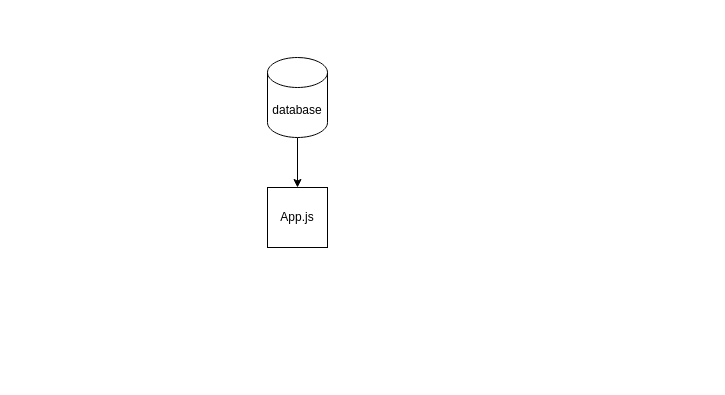
Earlier version of the draw.io diagram ComponentsBreakableToy.drawio (SalimAkram/breakable-toyv1). Source tidied: cells renumbered, new cells numbered last; positions are measured from the earlier drawing's top-left corner, leaving out a move shared by most shapes. Both pictures are drawn from the tidied source at 100%, with x=0, y=0 at pixel (267, 57).
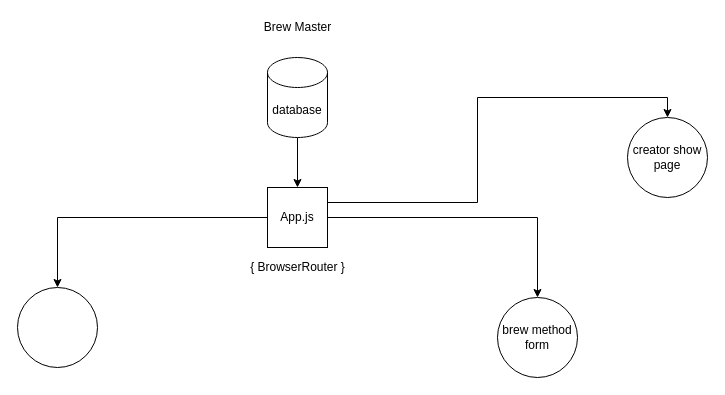
The same diagram, later.

What changed in the source:
```diff
@@
 <mxGraphModel>
   <root>
     <mxCell id="0" />
     <mxCell id="1" parent="0" />
     <mxCell id="2" style="edgeStyle=orthogonalEdgeStyle;rounded=0;jettySize=auto;html=1;exitX=0.5;exitY=1;exitDx=0;exitDy=0;exitPerimeter=0;" parent="1" edge="1" source="3" target="4">
       <mxGeometry relative="1" as="geometry" />
     </mxCell>
     <mxCell id="3" value="database" style="shape=cylinder3;whiteSpace=wrap;html=1;boundedLbl=1;backgroundOutline=1;size=15;" parent="1" vertex="1">
       <mxGeometry width="60" height="80" as="geometry" />
     </mxCell>
+    <mxCell id="5" style="edgeStyle=orthogonalEdgeStyle;rounded=0;jettySize=auto;html=1;" parent="1" edge="1" source="4" target="8">
+      <mxGeometry relative="1" as="geometry" />
+    </mxCell>
+    <mxCell id="6" style="edgeStyle=orthogonalEdgeStyle;rounded=0;jettySize=auto;html=1;exitX=1;exitY=0.5;exitDx=0;exitDy=0;entryX=0.5;entryY=0;entryDx=0;entryDy=0;" parent="1" edge="1" source="4" target="9">
+      <mxGeometry relative="1" as="geometry" />
+    </mxCell>
+    <mxCell id="7" style="edgeStyle=orthogonalEdgeStyle;rounded=0;jettySize=auto;html=1;exitX=1;exitY=0.25;exitDx=0;exitDy=0;entryX=0.5;entryY=0;entryDx=0;entryDy=0;" parent="1" edge="1" source="4" target="10">
+      <mxGeometry relative="1" as="geometry" />
+    </mxCell>
     <mxCell id="4" value="App.js" style="whiteSpace=wrap;html=1;" parent="1" vertex="1">
       <mxGeometry y="130" width="60" height="60" as="geometry" />
     </mxCell>
+    <mxCell id="8" style="ellipse;whiteSpace=wrap;html=1;" parent="1" vertex="1">
+      <mxGeometry x="-250" y="230" width="80" height="80" as="geometry" />
+    </mxCell>
+    <mxCell id="9" value="brew method&lt;br&gt;form" style="ellipse;whiteSpace=wrap;html=1;" parent="1" vertex="1">
+      <mxGeometry x="230" y="240" width="80" height="80" as="geometry" />
+    </mxCell>
+    <mxCell id="10" value="creator show page&lt;br&gt;" style="ellipse;whiteSpace=wrap;html=1;" parent="1" vertex="1">
+      <mxGeometry x="360" y="60" width="80" height="80" as="geometry" />
+    </mxCell>
+    <mxCell id="11" value="{ BrowserRouter }" style="text;html=1;align=center;verticalAlign=middle;" parent="1" vertex="1">
+      <mxGeometry x="-25" y="200" width="110" height="20" as="geometry" />
+    </mxCell>
+    <mxCell id="12" value="Brew Master" style="text;html=1;align=center;verticalAlign=middle;" parent="1" vertex="1">
+      <mxGeometry x="-10" y="-40" width="80" height="20" as="geometry" />
+    </mxCell>
   </root>
 </mxGraphModel>
```
